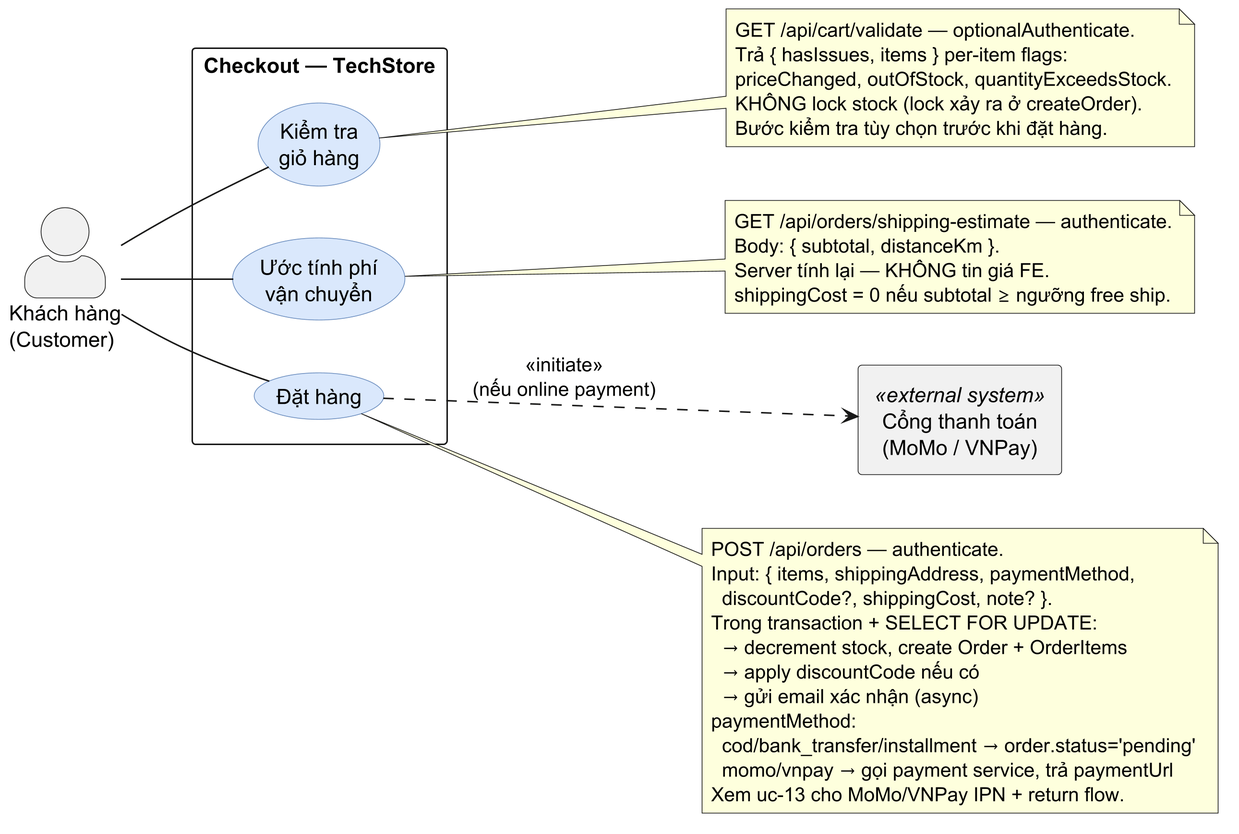
Before: diagrams/usecase/usecase-11-checkout.png, a diagram exported from PlantUML (MinhThang1009/E-commerce-website).
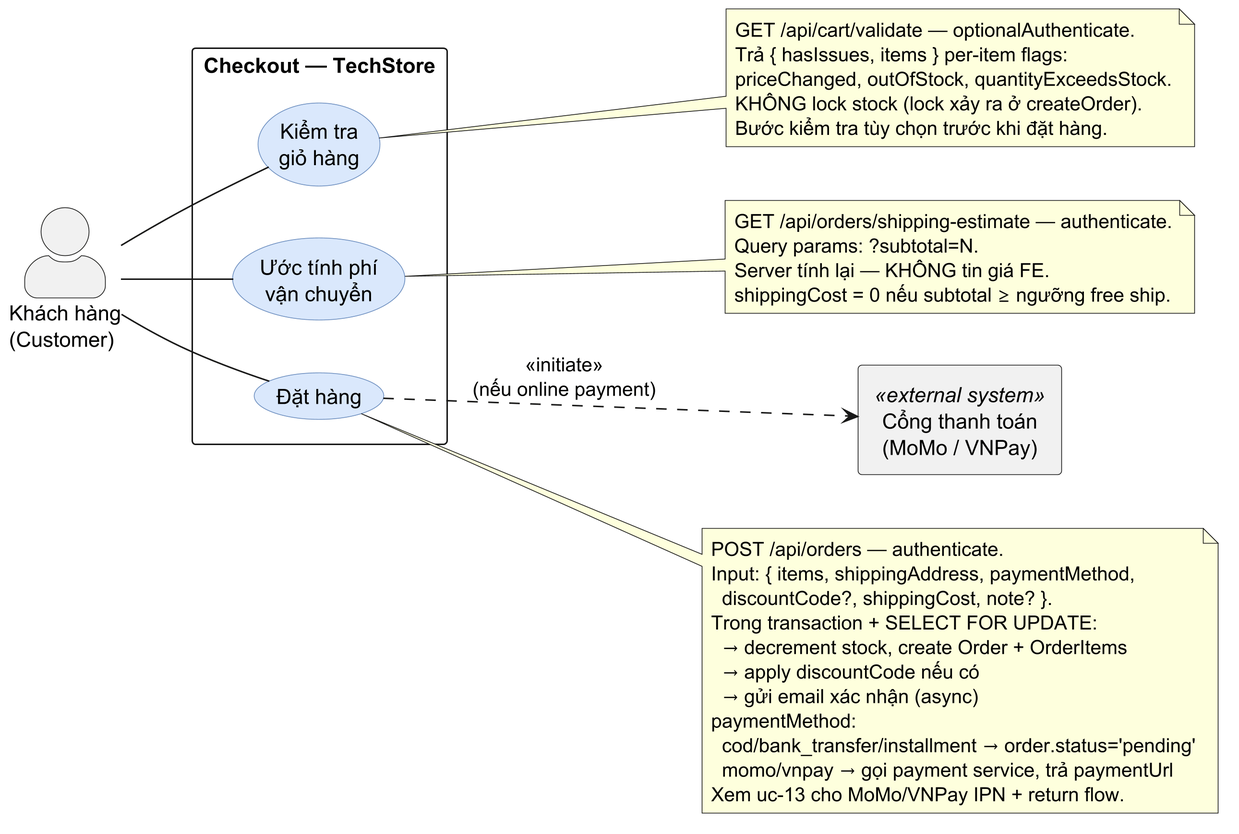
The same diagram one commit later.

Commit message:
feat(diagrams): uc-11 checkout T1+T2 pass; fix distanceKm param; orders ~30 bugs fixed

Change to the diagram source:
```diff
@@ -34,7 +34,7 @@
 
 note right of UC_estimate
   GET /api/orders/shipping-estimate — authenticate.
-  Body: { subtotal, distanceKm }.
+  Query params: ?subtotal=N.
   Server tính lại — KHÔNG tin giá FE.
   shippingCost = 0 nếu subtotal ≥ ngưỡng free ship.
 end note
```
